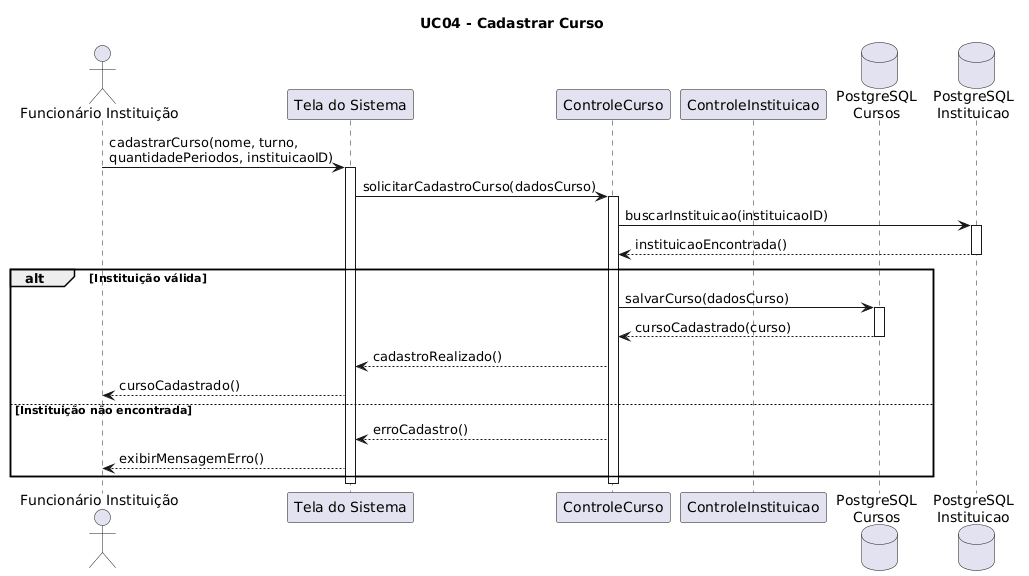
Earlier version of the PlantUML export docs/diagrams/sequence-diagram/images/uc-04.png (arturbomtempo-dev/lumen-coin). Its source is kept beside it as docs/diagrams/sequence-diagram/source/uc-04.puml. Its diagram source:
```plantuml
@startuml

title UC04 - Cadastrar Curso

actor "Funcionário Instituição" as FI

participant "Tela do Sistema" as Tela
participant "ControleCurso" as CC
participant "ControleInstituicao" as CI

database "PostgreSQL\nCursos" as DBCurso
database "PostgreSQL\nInstituicao" as DBInstituicao

FI -> Tela : cadastrarCurso(nome, turno,\nquantidadePeriodos, instituicaoID)
activate Tela

Tela -> CC : solicitarCadastroCurso(dadosCurso)
activate CC

CC -> DBInstituicao : buscarInstituicao(instituicaoID)
activate DBInstituicao

DBInstituicao --> CC : instituicaoEncontrada()
deactivate DBInstituicao

alt Instituição válida

    CC -> DBCurso : salvarCurso(dadosCurso)
    activate DBCurso

    DBCurso --> CC : cursoCadastrado(curso)
    deactivate DBCurso

    CC --> Tela : cadastroRealizado()

    Tela --> FI : cursoCadastrado()

else Instituição não encontrada

    CC --> Tela : erroCadastro()

    Tela --> FI : exibirMensagemErro()

end

deactivate CC
deactivate Tela

@enduml
```
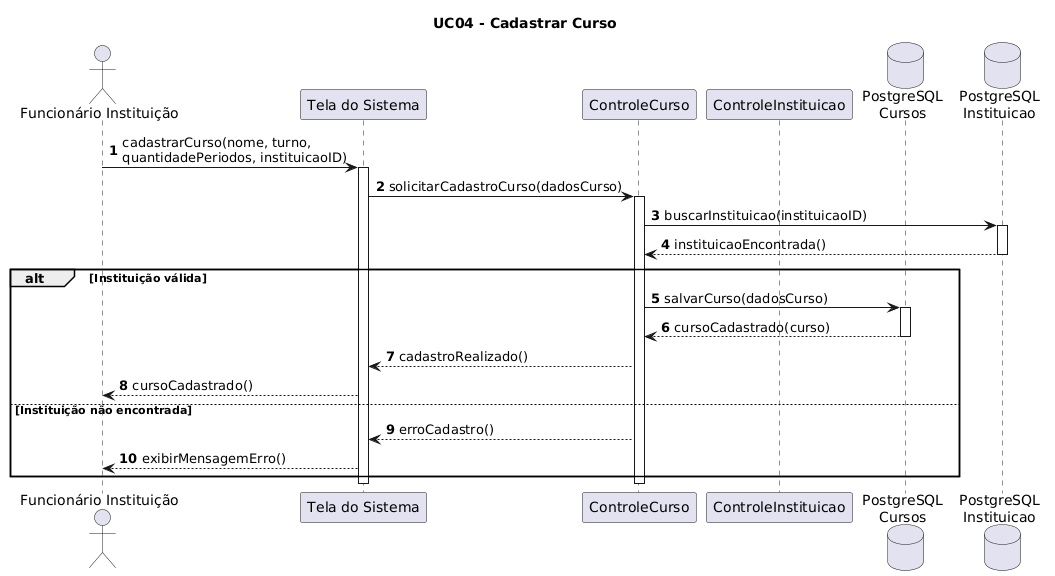
Above is the later version.

Diff of the diagram source:
```diff
@@ -1,4 +1,6 @@
 @startuml
+
+autonumber
 
 title UC04 - Cadastrar Curso
 
```
